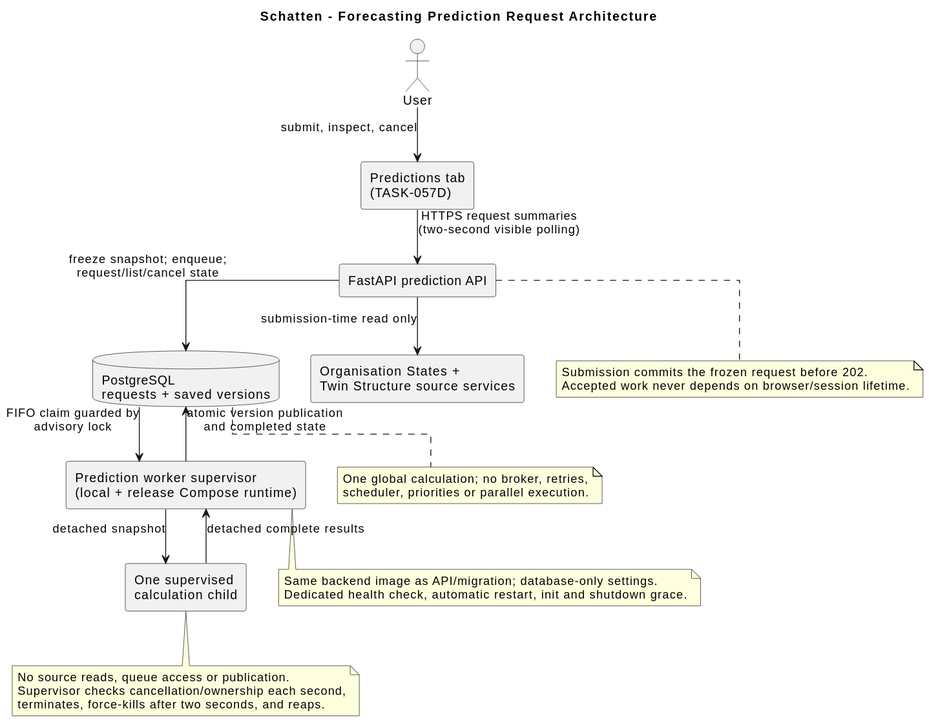
Earlier version of the PlantUML export docs/diagrams/generated/component-forecasting-prediction-requests.svg (lupaus-eu/shadow).
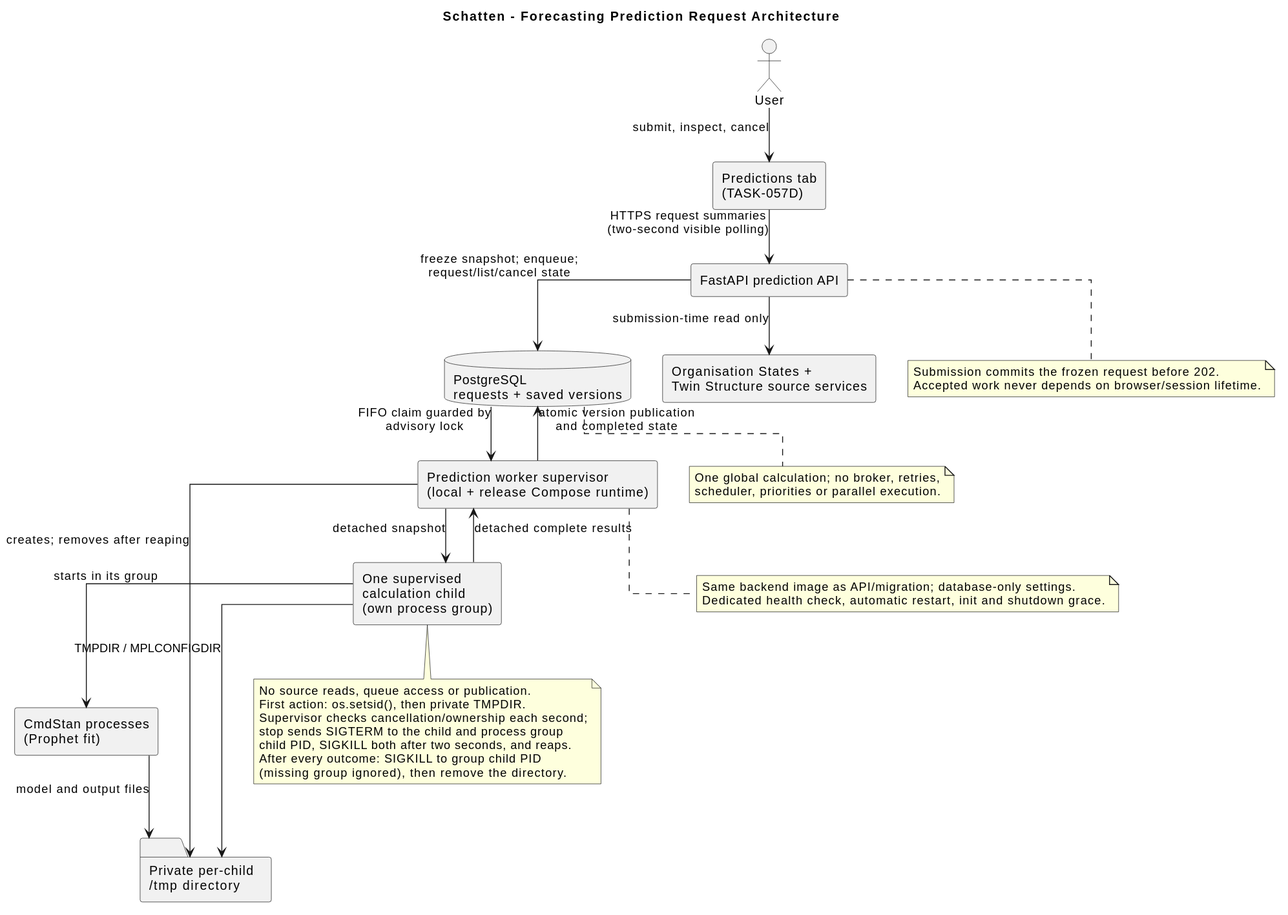
The same diagram one commit later.

What changed in the source:
```diff
@@ -9,7 +9,9 @@
 component "FastAPI prediction API" as api
 database "PostgreSQL\nrequests + saved versions" as database
 component "Prediction worker supervisor\n(local + release Compose runtime)" as worker
-component "One supervised\ncalculation child" as child
+component "One supervised\ncalculation child\n(own process group)" as child
+component "CmdStan processes\n(Prophet fit)" as cmdstan
+folder "Private per-child\n/tmp directory" as childtmp
 component "Organisation States +\nTwin Structure source services" as sources
 
 User --> ui : submit, inspect, cancel
@@ -18,6 +20,10 @@
 database --> worker : FIFO claim guarded by\nadvisory lock
 worker --> child : detached snapshot
 child --> worker : detached complete results
+child --> cmdstan : starts in its group
+child --> childtmp : TMPDIR / MPLCONFIGDIR
+cmdstan --> childtmp : model and output files
+worker --> childtmp : creates; removes after reaping
 worker --> database : atomic version publication\nand completed state
 api --> sources : submission-time read only
 
@@ -28,8 +34,12 @@
 
 note bottom of child
   No source reads, queue access or publication.
-  Supervisor checks cancellation/ownership each second,
-  terminates, force-kills after two seconds, and reaps.
+  First action: os.setsid(), then private TMPDIR.
+  Supervisor checks cancellation/ownership each second;
+  stop sends SIGTERM to the child and process group
+  child PID, SIGKILL both after two seconds, and reaps.
+  After every outcome: SIGKILL to group child PID
+  (missing group ignored), then remove the directory.
 end note
 
 note bottom of database
```
